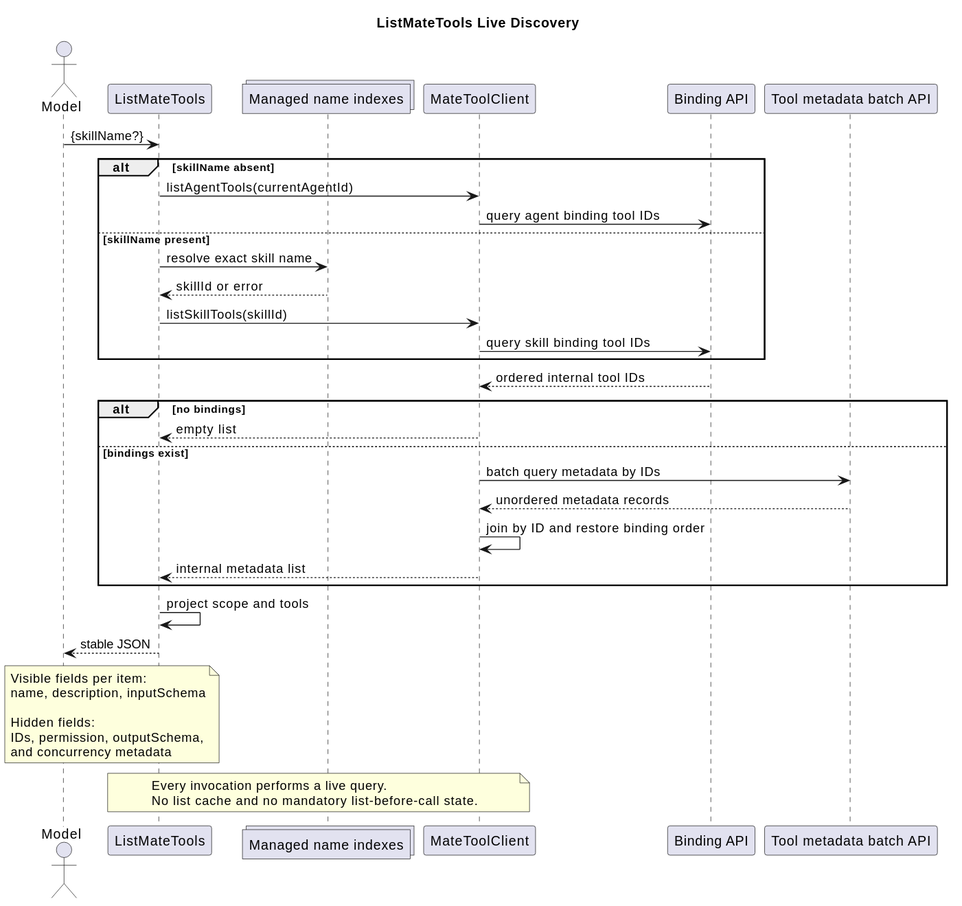
Above: pi-mono-java-tool-system/list_mate_tools_sequence.svg in ssm0808/pi-mono-java-design (PlantUML), before the change.
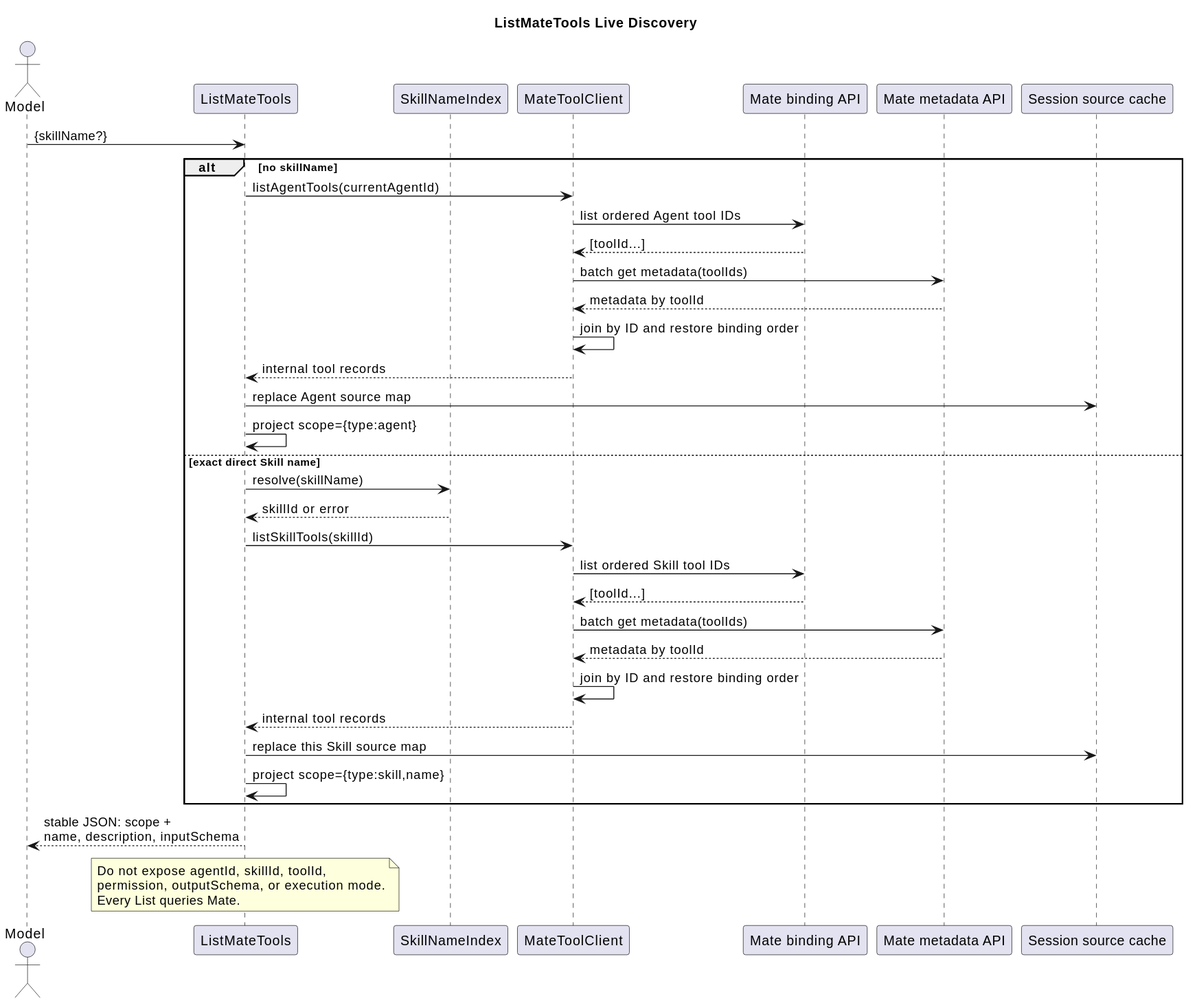
The same diagram one commit later.

What changed in the source:
```diff
@@ -1,48 +1,45 @@
 @startuml
 title ListMateTools Live Discovery
+skinparam shadowing false
 
 
-skinparam shadowing false
-actor "Model" as MODEL
-participant "ListMateTools" as TOOL
-collections "Managed name indexes" as INDEX
-participant "MateToolClient" as CLIENT
-participant "Binding API" as BINDING
-participant "Tool metadata batch API" as META
+actor Model
+participant "ListMateTools" as List
+participant "SkillNameIndex" as Index
+participant "MateToolClient" as Client
+participant "Mate binding API" as Binding
+participant "Mate metadata API" as Meta
+participant "Session source cache" as Cache
 
-MODEL -> TOOL : {skillName?}
-alt skillName absent
-  TOOL -> CLIENT : listAgentTools(currentAgentId)
-  CLIENT -> BINDING : query agent binding tool IDs
-else skillName present
-  TOOL -> INDEX : resolve exact skill name
-  INDEX --> TOOL : skillId or error
-  TOOL -> CLIENT : listSkillTools(skillId)
-  CLIENT -> BINDING : query skill binding tool IDs
+Model -> List : {skillName?}
+alt no skillName
+  List -> Client : listAgentTools(currentAgentId)
+  Client -> Binding : list ordered Agent tool IDs
+  Binding --> Client : [toolId...]
+  Client -> Meta : batch get metadata(toolIds)
+  Meta --> Client : metadata by toolId
+  Client -> Client : join by ID and restore binding order
+  Client --> List : internal tool records
+  List -> Cache : replace Agent source map
+  List -> List : project scope={type:agent}
+else exact direct Skill name
+  List -> Index : resolve(skillName)
+  Index --> List : skillId or error
+  List -> Client : listSkillTools(skillId)
+  Client -> Binding : list ordered Skill tool IDs
+  Binding --> Client : [toolId...]
+  Client -> Meta : batch get metadata(toolIds)
+  Meta --> Client : metadata by toolId
+  Client -> Client : join by ID and restore binding order
+  Client --> List : internal tool records
+  List -> Cache : replace this Skill source map
+  List -> List : project scope={type:skill,name}
 end
-BINDING --> CLIENT : ordered internal tool IDs
-alt no bindings
-  CLIENT --> TOOL : empty list
-else bindings exist
-  CLIENT -> META : batch query metadata by IDs
-  META --> CLIENT : unordered metadata records
-  CLIENT -> CLIENT : join by ID and restore binding order
-  CLIENT --> TOOL : internal metadata list
-end
-TOOL -> TOOL : project scope and tools
-TOOL --> MODEL : stable JSON
+List --> Model : stable JSON: scope +\nname, description, inputSchema
 
-note over TOOL,MODEL
-Visible fields per item:
-name, description, inputSchema
-
-Hidden fields:
-IDs, permission, outputSchema,
-and concurrency metadata
-end note
-
-note over TOOL,CLIENT
-Every invocation performs a live query.
-No list cache and no mandatory list-before-call state.
+note over List
+Do not expose agentId, skillId, toolId,
+permission, outputSchema, or execution mode.
+Every List queries Mate.
 end note
 @enduml
```
